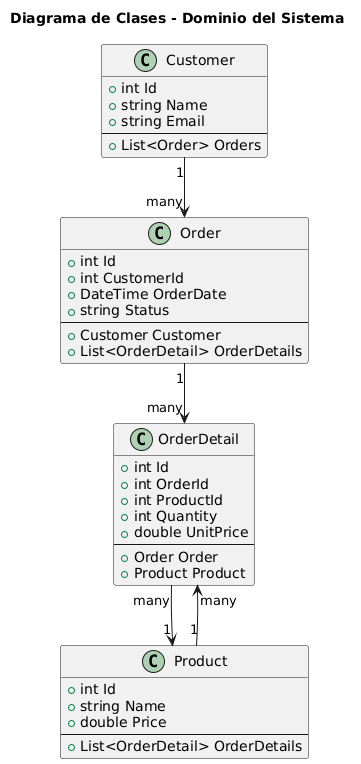
This is assets/diagrams/diagramaDeClases.png from Riwi-Nebula/SistemaGestionClientesPedidos_HU1, a PlantUML export, as it was before one commit.
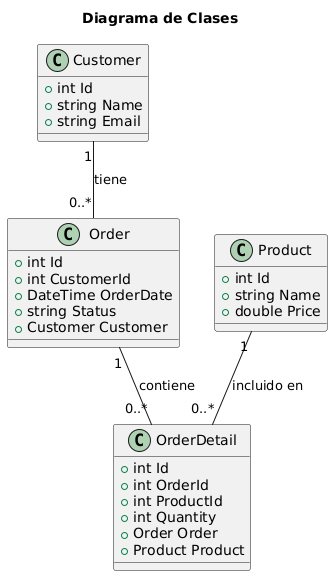
After the commit.

Diff of the diagram source:
```diff
@@ -1,45 +1,36 @@
 @startuml
-title Diagrama de Clases - Dominio del Sistema
+title Diagrama de Clases
 
 class Customer {
-  + int Id
-  + string Name
-  + string Email
-  --
-  + List<Order> Orders
+    +int Id
+    +string Name
+    +string Email
 }
 
 class Order {
-  + int Id
-  + int CustomerId
-  + DateTime OrderDate
-  + string Status
-  --
-  + Customer Customer
-  + List<OrderDetail> OrderDetails
+    +int Id
+    +int CustomerId
+    +DateTime OrderDate
+    +string Status
+    +Customer Customer
 }
 
 class OrderDetail {
-  + int Id
-  + int OrderId
-  + int ProductId
-  + int Quantity
-  + double UnitPrice
-  --
-  + Order Order
-  + Product Product
+    +int Id
+    +int OrderId
+    +int ProductId
+    +int Quantity
+    +Order Order
+    +Product Product
 }
 
 class Product {
-  + int Id
-  + string Name
-  + double Price
-  --
-  + List<OrderDetail> OrderDetails
+    +int Id
+    +string Name
+    +double Price
 }
 
-Customer "1" --> "many" Order
-Order "1" --> "many" OrderDetail
-Product "1" --> "many" OrderDetail
-OrderDetail "many" --> "1" Product
+Customer "1" -- "0..*" Order : tiene
+Order "1" -- "0..*" OrderDetail : contiene
+Product "1" -- "0..*" OrderDetail : incluido en
 @enduml
```
